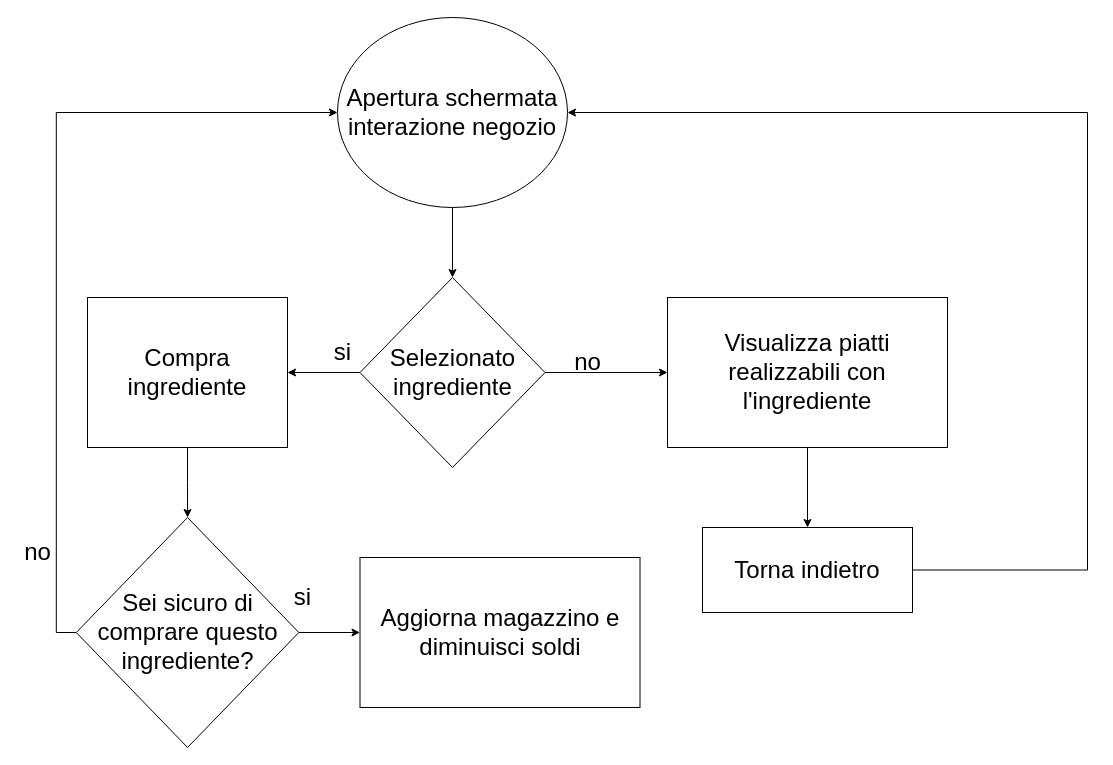
Earlier version of the draw.io diagram doc/Progetti Drawio/FlowChart/FlowchartInterazioneConNegozio.drawio (zSavT/Healthy-Catering). Source tidied: cells renumbered, new cells numbered last; positions are measured from the earlier drawing's top-left corner, leaving out a move shared by most shapes. Both pictures are drawn from the tidied source at 100%, with x=0, y=0 at pixel (17, 17).
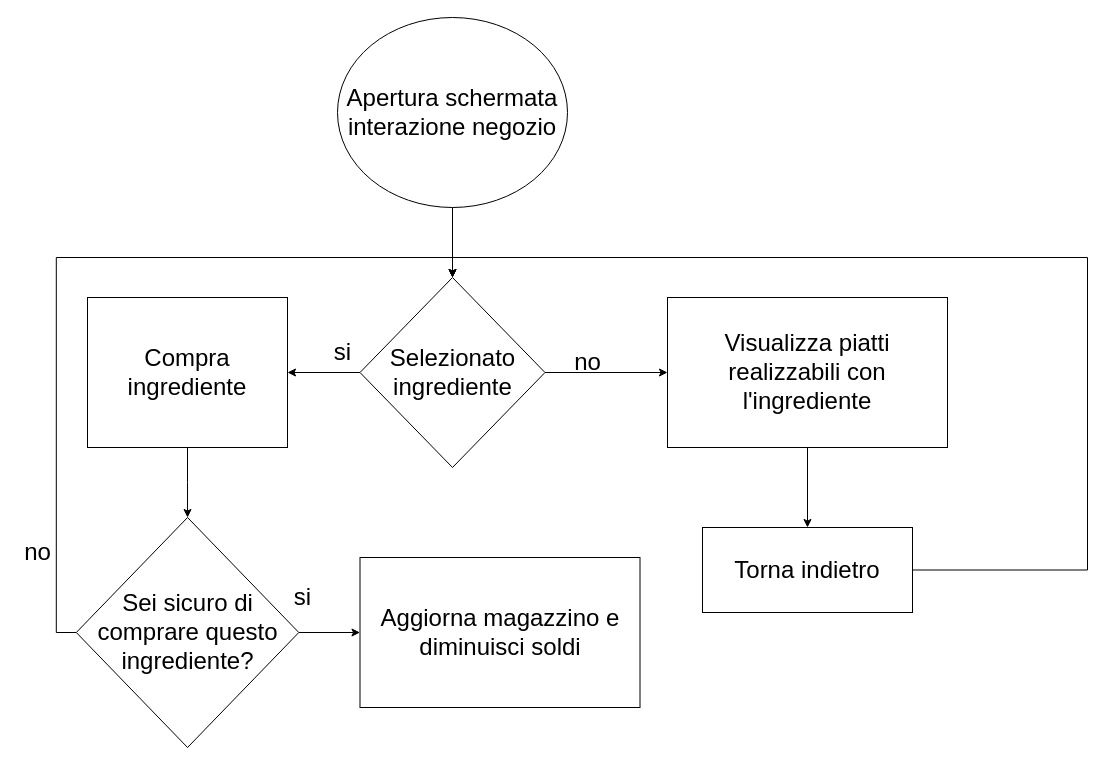
After the change.

Unchanged cells that the change refers to:
```xml
<mxCell id="3" value="Apertura schermata interazione negozio" style="ellipse;whiteSpace=wrap;html=1;fontSize=24;" parent="1" vertex="1">
  <mxGeometry x="320" width="230" height="190" as="geometry" />
</mxCell>
<mxCell id="6" value="Selezionato ingrediente" style="rhombus;whiteSpace=wrap;html=1;fontSize=24;" parent="1" vertex="1">
  <mxGeometry x="342.5" y="260" width="185" height="190" as="geometry" />
</mxCell>
<mxCell id="12" value="Torna indietro" style="whiteSpace=wrap;html=1;fontSize=24;" parent="1" vertex="1">
  <mxGeometry x="685" y="510" width="210" height="85" as="geometry" />
</mxCell>
<mxCell id="18" value="Sei sicuro di comprare questo ingrediente?" style="rhombus;whiteSpace=wrap;html=1;fontSize=24;" parent="1" vertex="1">
  <mxGeometry x="58.8" y="500" width="222.5" height="230" as="geometry" />
</mxCell>
```

What changed in the source:
```diff
@@
-    <mxCell id="13" style="edgeStyle=orthogonalEdgeStyle;rounded=0;jettySize=auto;html=1;exitX=1;exitY=0.5;exitDx=0;exitDy=0;fontSize=24;entryX=1;entryY=0.5;entryDx=0;entryDy=0;" parent="1" edge="1" source="12" target="3">
+    <mxCell id="13" style="edgeStyle=orthogonalEdgeStyle;rounded=0;jettySize=auto;html=1;exitX=1;exitY=0.5;exitDx=0;exitDy=0;fontSize=24;entryX=0.5;entryY=0;entryDx=0;entryDy=0;" parent="1" edge="1" source="12" target="6">
       <mxGeometry relative="1" as="geometry">
         <Array as="points">
-          <mxPoint x="1070" y="553" />
-          <mxPoint x="1070" y="95" />
+          <mxPoint x="1070" y="552" />
+          <mxPoint x="1070" y="240" />
+          <mxPoint x="435" y="240" />
         </Array>
       </mxGeometry>
     </mxCell>
@@
-    <mxCell id="16" style="edgeStyle=orthogonalEdgeStyle;rounded=0;jettySize=auto;html=1;exitX=0;exitY=0.5;exitDx=0;exitDy=0;fontSize=24;entryX=0;entryY=0.5;entryDx=0;entryDy=0;" parent="1" edge="1" source="18" target="3">
+    <mxCell id="16" style="edgeStyle=orthogonalEdgeStyle;rounded=0;jettySize=auto;html=1;exitX=0;exitY=0.5;exitDx=0;exitDy=0;fontSize=24;entryX=0.5;entryY=0;entryDx=0;entryDy=0;" parent="1" edge="1" source="18" target="6">
       <mxGeometry relative="1" as="geometry" />
     </mxCell>
```
